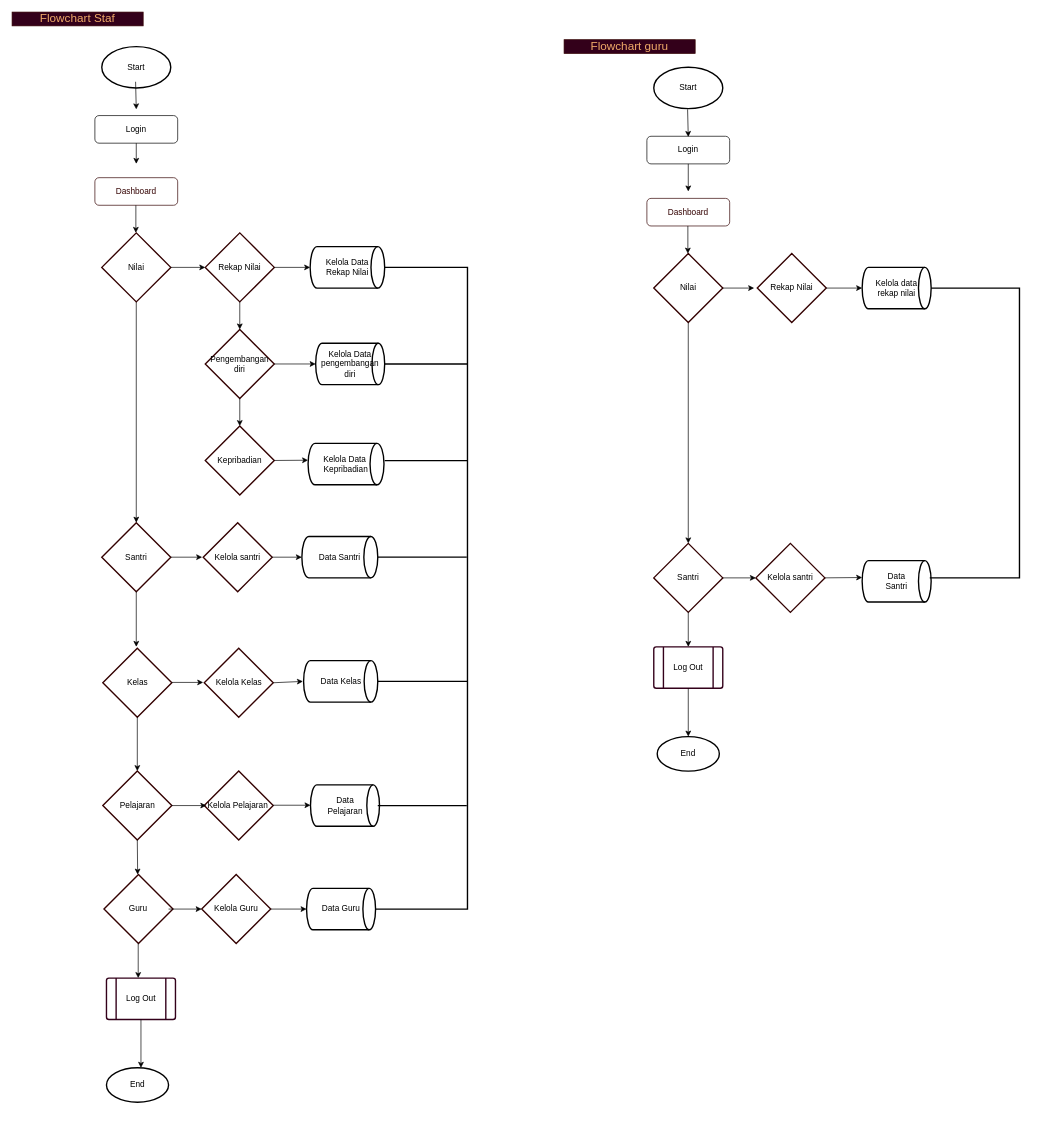
The draw.io diagram page "Flowchart Admin" (2 of 14) of draw.io/Proyek-3.drawio in Tugas-Proyek-Polindra/proyek-3, before the edit. Source tidied: cells renumbered, new cells numbered last; positions are measured from the earlier drawing's top-left corner, leaving out a move shared by most shapes. Both pictures are drawn from the tidied source at 69%, with x=0, y=0 at pixel (12, 12).
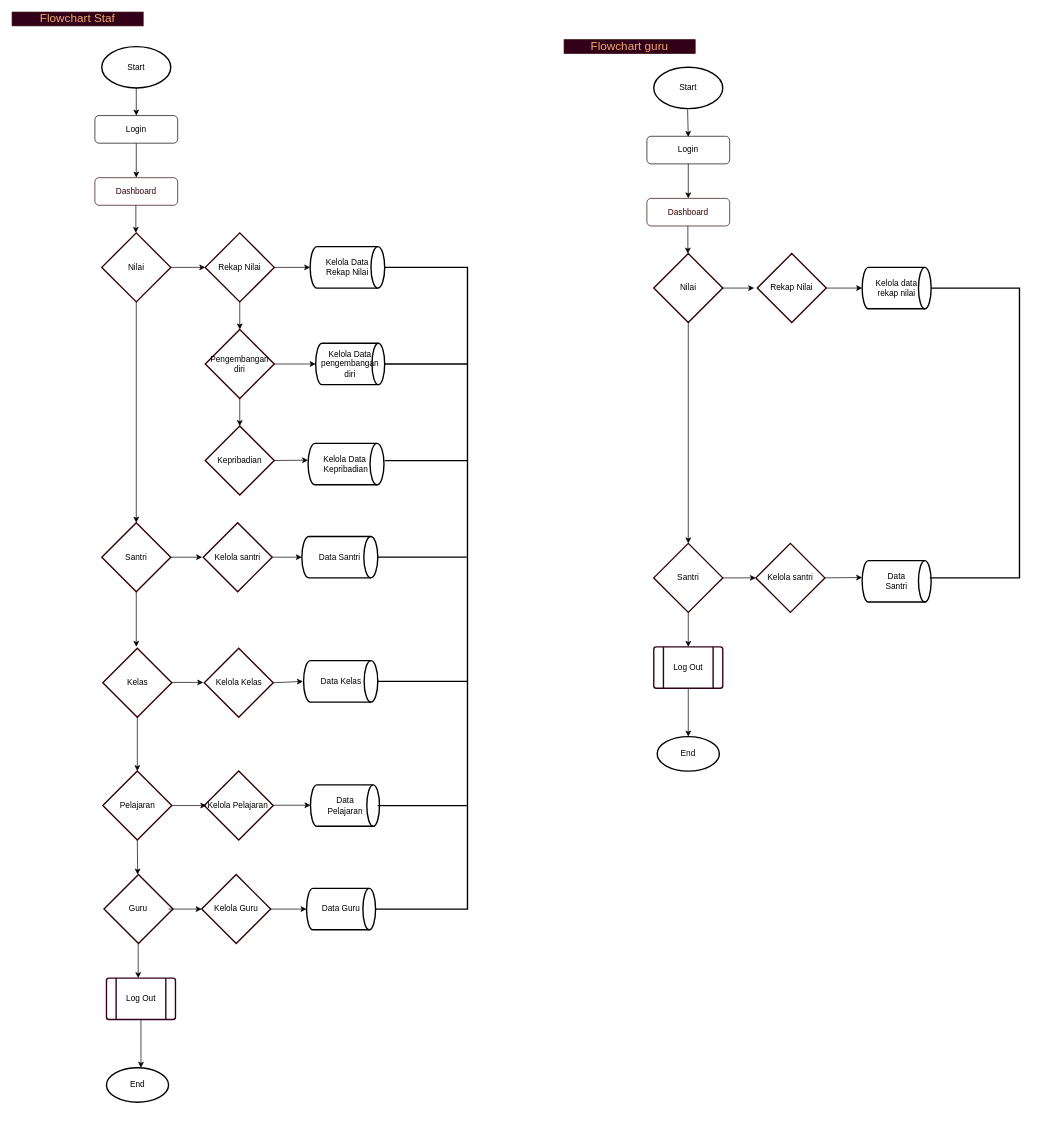
The same diagram, later.

The change refers to these unchanged cells:
```xml
<mxCell id="2" style="group;fontStyle=4;" parent="1" vertex="1">
  <mxGeometry x="70" y="50" width="617" height="1550" as="geometry" />
</mxCell>
<mxCell id="3" value="Login" style="rounded=1;whiteSpace=wrap;html=1;fontSize=12;glass=0;strokeWidth=1;shadow=0;" parent="2" vertex="1">
  <mxGeometry x="50" y="100" width="120" height="40" as="geometry" />
</mxCell>
<mxCell id="4" value="Start" style="strokeWidth=2;html=1;shape=mxgraph.flowchart.start_1;whiteSpace=wrap;" parent="2" vertex="1">
  <mxGeometry x="60" width="100" height="60" as="geometry" />
</mxCell>
<mxCell id="54" style="group;fontStyle=4;" parent="1" vertex="1">
  <mxGeometry x="870" y="80" width="617" height="1490" as="geometry" />
</mxCell>
<mxCell id="55" value="Login" style="rounded=1;whiteSpace=wrap;html=1;fontSize=12;glass=0;strokeWidth=1;shadow=0;" parent="54" vertex="1">
  <mxGeometry x="50" y="100" width="120" height="40" as="geometry" />
</mxCell>
<mxCell id="58" value="Dashboard" style="rounded=1;whiteSpace=wrap;html=1;fontSize=12;glass=0;strokeWidth=1;shadow=0;fontColor=#330000;strokeColor=#330000;" parent="54" vertex="1">
  <mxGeometry x="50" y="190" width="120" height="40" as="geometry" />
</mxCell>
```

The edit, as a diff of the source:
```diff
@@
+    <mxCell id="81" style="edgeStyle=orthogonalEdgeStyle;rounded=0;jettySize=auto;html=1;fontSize=24;" parent="2" edge="1" source="4" target="3">
+      <mxGeometry relative="1" as="geometry" />
+    </mxCell>
@@
     <mxCell id="51" style="endArrow=classic;html=1;exitX=0.5;exitY=1;exitDx=0;exitDy=0;" parent="1" edge="1" source="3">
       <mxGeometry relative="1" as="geometry">
-        <mxPoint x="180" y="220" as="targetPoint" />
+        <mxPoint x="180" y="240" as="targetPoint" />
       </mxGeometry>
     </mxCell>
-    <mxCell id="52" style="endArrow=classic;html=1;entryX=0.425;entryY=0;entryDx=0;entryDy=0;entryPerimeter=0;" parent="1" edge="1">
-      <mxGeometry relative="1" as="geometry">
-        <mxPoint x="179" y="101" as="sourcePoint" />
-        <mxPoint x="180" y="141" as="targetPoint" />
-      </mxGeometry>
-    </mxCell>
@@
+    <mxCell id="76" style="endArrow=classic;html=1;exitX=0.5;exitY=1;exitDx=0;exitDy=0;entryX=0.5;entryY=0;entryDx=0;entryDy=0;" parent="54" edge="1" source="55" target="58">
+      <mxGeometry relative="1" as="geometry" />
+    </mxCell>
@@
-    <mxCell id="76" style="endArrow=classic;html=1;exitX=0.5;exitY=1;exitDx=0;exitDy=0;" parent="1" edge="1" source="55">
-      <mxGeometry relative="1" as="geometry">
-        <mxPoint x="980" y="260" as="targetPoint" />
-      </mxGeometry>
-    </mxCell>
```
